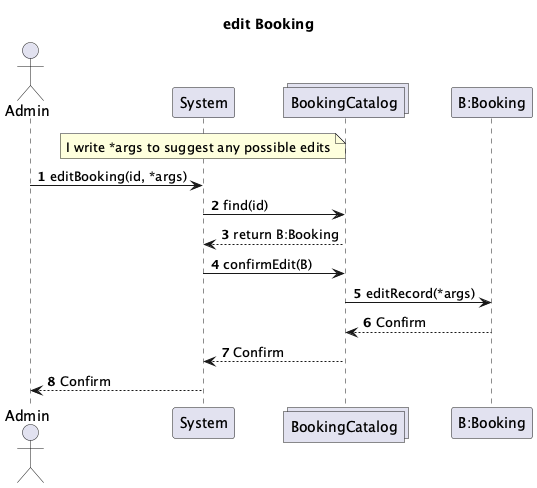
Earlier version of the PlantUML export System-Diagrams/UML Interaction/Admin/Admin-Interaction-Diagrams_004.png (vibqetowi/soen-342-project). The source it was exported from:
```plantuml
@startuml
actor Admin
participant System
collections BookingCatalog
participant "B:Booking"

note over of System
I write *args to suggest any possible edits
end note

title edit Booking

autonumber

Admin -> System : editBooking(id, *args)
System -> BookingCatalog : find(id)
BookingCatalog --> System : return B:Booking
System -> BookingCatalog : confirmEdit(B)
BookingCatalog -> "B:Booking" : editRecord(*args)
"B:Booking" --> BookingCatalog : Confirm
BookingCatalog --> System : Confirm
System --> Admin : Confirm

@enduml
```
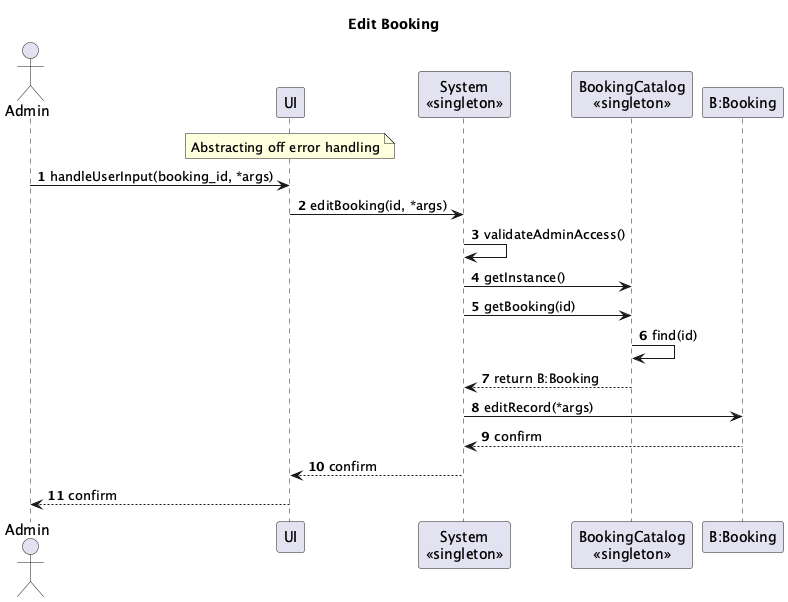
After the change.

The edit, as a diff of the source:
```diff
@@ -1,24 +1,29 @@
 @startuml
 actor Admin
-participant System
-collections BookingCatalog
-participant "B:Booking"
+participant UI
+participant "System\n<<singleton>>" as System
+participant "BookingCatalog\n<<singleton>>" as BookingCatalog
+participant "B:Booking" as Booking
 
-note over of System
-I write *args to suggest any possible edits
+title Edit Booking
+
+note over UI
+Abstracting off error handling
 end note
-
-title edit Booking
 
 autonumber
 
-Admin -> System : editBooking(id, *args)
-System -> BookingCatalog : find(id)
-BookingCatalog --> System : return B:Booking
-System -> BookingCatalog : confirmEdit(B)
-BookingCatalog -> "B:Booking" : editRecord(*args)
-"B:Booking" --> BookingCatalog : Confirm
-BookingCatalog --> System : Confirm
-System --> Admin : Confirm
+Admin -> UI: handleUserInput(booking_id, *args)
+UI -> System: editBooking(id, *args)
 
+System -> System: validateAdminAccess()
+System -> BookingCatalog: getInstance()
+System -> BookingCatalog: getBooking(id)
+BookingCatalog -> BookingCatalog: find(id)
+BookingCatalog --> System: return B:Booking
+
+System -> Booking: editRecord(*args)
+Booking --> System: confirm
+System --> UI: confirm
+UI --> Admin: confirm
 @enduml
```
